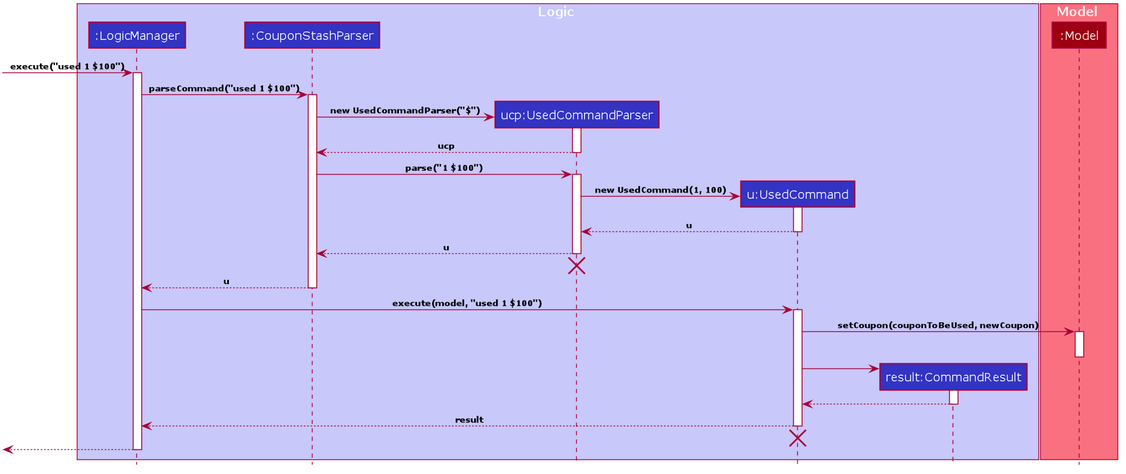
nus-cs2103-AY1920S2/addressbook-level3 keeps this PlantUML diagram as docs/images/UsedCommandSeqDiagram.png. Above is the earlier version.
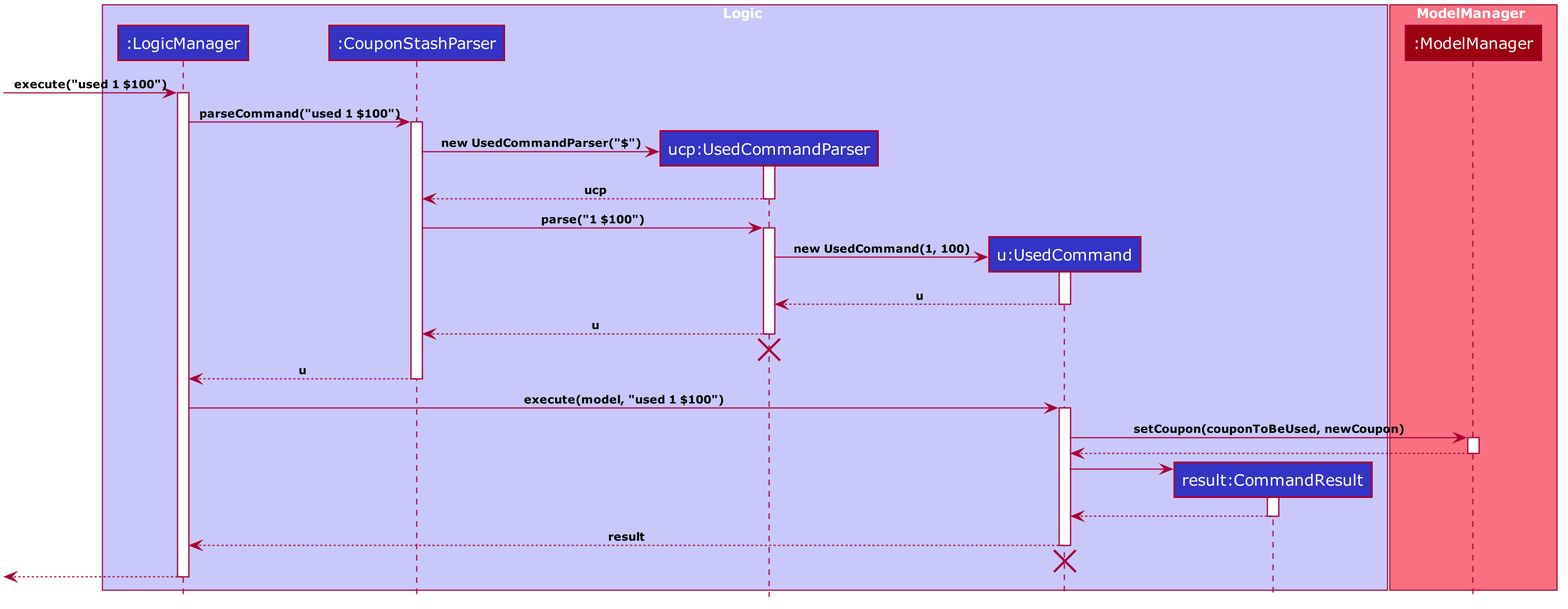
After the commit.

What changed in the source:
```diff
@@ -30,7 +30,7 @@
 
 skinparam Sequence {
     MessageAlign center
-    BoxFontSize 15
+    BoxFontSize 12
     BoxPadding 0
     BoxFontColor #FFFFFF
     FontName Verdana
@@ -70,8 +70,8 @@
 participant "result:CommandResult" as CommandResult #3333C4
 end box
 
-box Model #F97181
-participant ":Model" as Model #9D0012
+box ModelManager #F97181
+participant ":ModelManager" as ModelManager #9D0012
 end box
 
 [-> LogicManager : execute("used 1 $100")
@@ -108,10 +108,11 @@
 LogicManager -> UsedCommand : execute(model, "used 1 $100")
 activate UsedCommand
 
-UsedCommand -> Model : setCoupon(couponToBeUsed, newCoupon)
-activate Model
+UsedCommand -> ModelManager : setCoupon(couponToBeUsed, newCoupon)
+activate ModelManager
 
-deactivate Model
+ModelManager --> UsedCommand :
+deactivate ModelManager
 
 create CommandResult
 UsedCommand -> CommandResult
```
